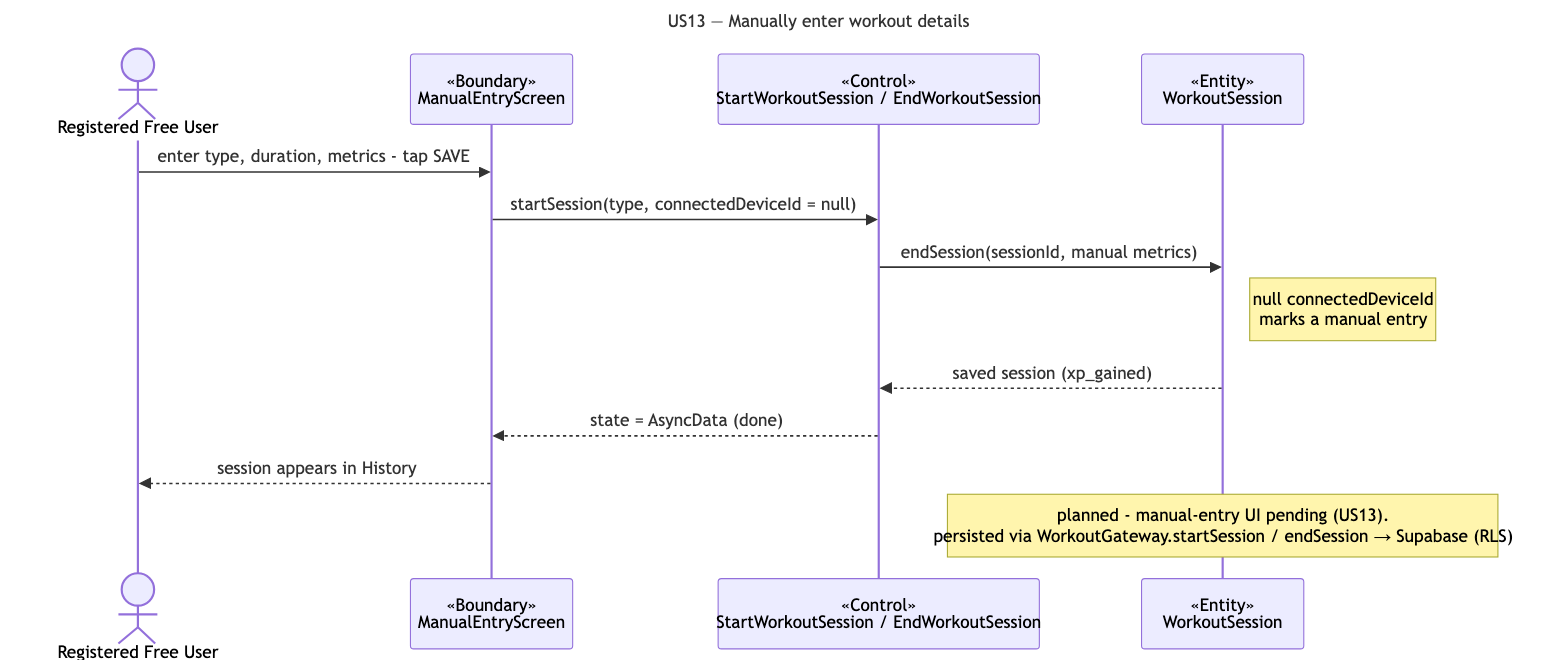
This is docs/deliverables/sequence-diagrams/US13-manual-entry.png from cyuanjun/FYP-26-S2-37-app, a Mermaid export, as it was before one commit. Its source is kept beside it as docs/deliverables/sequence-diagrams/src/US13-manual-entry.mmd.
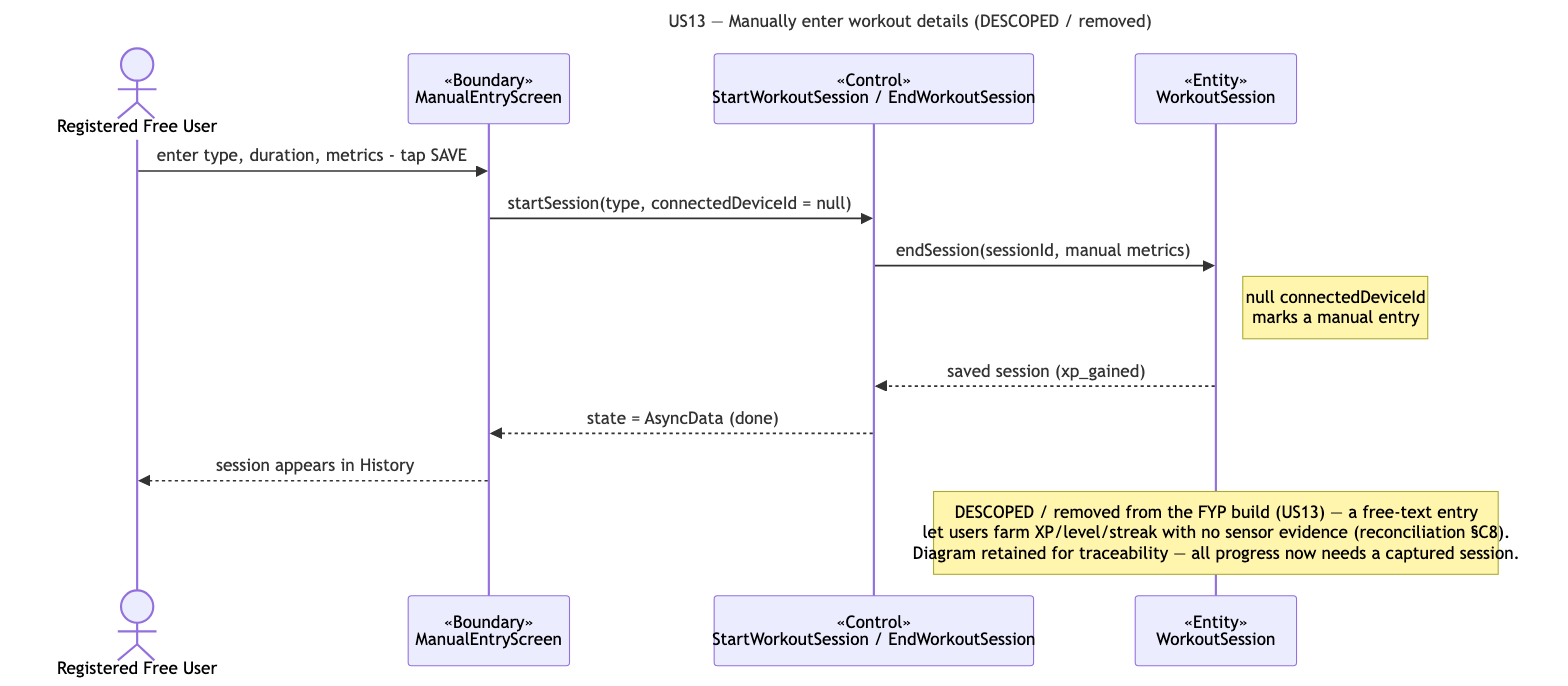
Later version of the same file.

Commit message:
docs: re-render US13 sequence diagram as DESCOPED

Regenerate US13-manual-entry.png from the annotated source (title + note now
mark the use case descoped/removed, ref reconciliation C8). Also drop a
semicolon from the note so Mermaid renders the full label.

Diff of the diagram source:
```diff
@@ -13,4 +13,4 @@
   E-->>C: saved session (xp_gained)
   C-->>B: state = AsyncData (done)
   B-->>A: session appears in History
-  note over E: DESCOPED / removed from the FYP build (US13) — a free-text entry<br/>let users farm XP/level/streak with no sensor evidence (reconciliation §C8).<br/>Diagram retained for traceability; all progress now needs a captured session.
+  note over E: DESCOPED / removed from the FYP build (US13) — a free-text entry<br/>let users farm XP/level/streak with no sensor evidence (reconciliation §C8).<br/>Diagram retained for traceability — all progress now needs a captured session.
```
